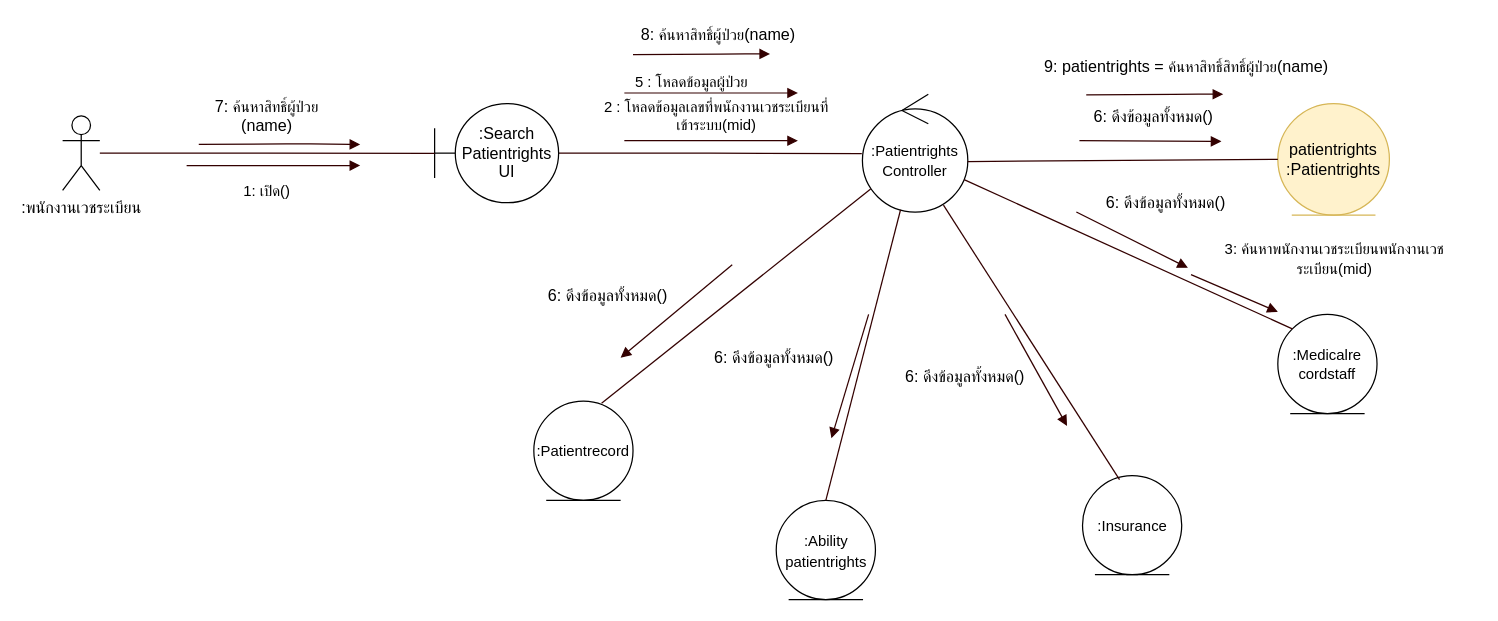
Earlier version of the draw.io diagram page "Communication Diagram" (1 of 5) of draw_io/b6103866-2.drawio (sut63/team10). Source tidied: cells renumbered, new cells numbered last; positions are measured from the earlier drawing's top-left corner, leaving out a move shared by most shapes. Both pictures are drawn from the tidied source at 124%, with x=0, y=0 at pixel (62, 21).
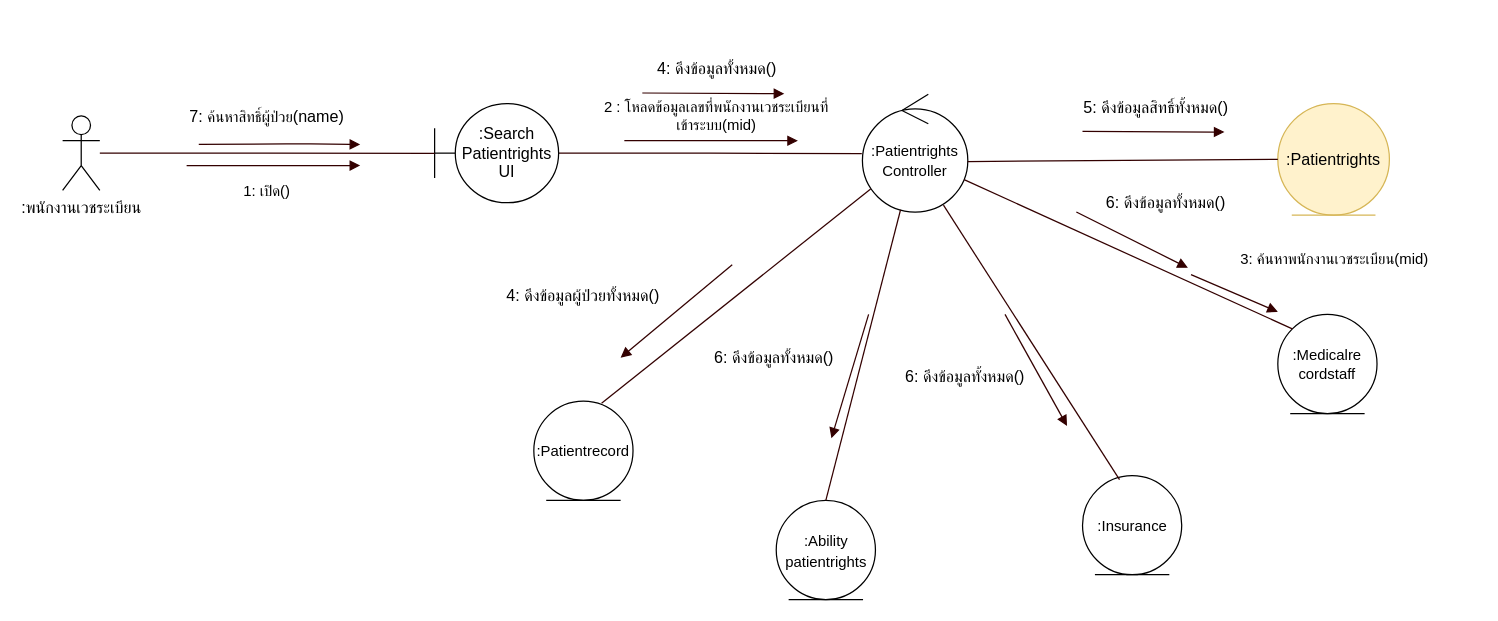
Above is the later version.

Change to the diagram source:
```diff
@@
-    <mxCell id="11" value="patientrights&lt;br style=&quot;font-size: 13px&quot;&gt;:Patientrights" style="ellipse;shape=umlEntity;whiteSpace=wrap;html=1;fillColor=#fff2cc;strokeColor=#d6b656;fontSize=13;" parent="1" vertex="1">
+    <mxCell id="11" value=":Patientrights" style="ellipse;shape=umlEntity;whiteSpace=wrap;html=1;fillColor=#fff2cc;strokeColor=#d6b656;fontSize=13;" parent="1" vertex="1">
       <mxGeometry x="980" y="66" width="90" height="90" as="geometry" />
     </mxCell>
@@
-    <mxCell id="19" style="endArrow=block;html=1;strokeColor=#330000;endFill=1;" parent="1" edge="1">
-      <mxGeometry relative="1" as="geometry">
-        <mxPoint x="453" y="57.5" as="sourcePoint" />
-        <mxPoint x="593" y="57.5" as="targetPoint" />
-      </mxGeometry>
-    </mxCell>
-    <mxCell id="20" value="&lt;font style=&quot;font-size: 12px&quot;&gt;5 : โหลดข้อมูลผู้ป่วย&lt;/font&gt;" style="text;html=1;strokeColor=none;fillColor=none;align=center;verticalAlign=middle;whiteSpace=wrap;rounded=0;" parent="1" vertex="1">
-      <mxGeometry x="410" y="38.5" width="195" height="20" as="geometry" />
-    </mxCell>
@@
     <mxCell id="22" style="endArrow=block;html=1;strokeColor=#330000;endFill=1;" parent="1" edge="1">
       <mxGeometry relative="1" as="geometry">
-        <mxPoint x="820" y="96" as="sourcePoint" />
-        <mxPoint x="934.5" y="96.5" as="targetPoint" />
+        <mxPoint x="467.5" y="57.5" as="sourcePoint" />
+        <mxPoint x="582" y="58" as="targetPoint" />
       </mxGeometry>
     </mxCell>
@@
-    <mxCell id="24" value="8: &lt;font style=&quot;font-size: 12px&quot;&gt;ค้นหาสิทธิ์ผู้ป่วย&lt;/font&gt;(name)" style="text;html=1;strokeColor=none;fillColor=none;align=center;verticalAlign=middle;whiteSpace=wrap;rounded=0;fontSize=13;" parent="1" vertex="1">
-      <mxGeometry x="431.5" width="193.5" height="20" as="geometry" />
-    </mxCell>
@@
-    <mxCell id="28" value="6: ดึงข้อมูลทั้งหมด()" style="text;html=1;strokeColor=none;fillColor=none;align=center;verticalAlign=middle;whiteSpace=wrap;rounded=0;fontSize=13;" parent="1" vertex="1">
-      <mxGeometry x="820" y="66" width="120" height="20" as="geometry" />
+    <mxCell id="28" value="4: ดึงข้อมูลทั้งหมด()" style="text;html=1;strokeColor=none;fillColor=none;align=center;verticalAlign=middle;whiteSpace=wrap;rounded=0;fontSize=13;" parent="1" vertex="1">
+      <mxGeometry x="467.5" y="27.5" width="120" height="20" as="geometry" />
     </mxCell>
-    <mxCell id="29" value="6: ดึงข้อมูลทั้งหมด()" style="text;html=1;strokeColor=none;fillColor=none;align=center;verticalAlign=middle;whiteSpace=wrap;rounded=0;fontSize=13;" parent="1" vertex="1">
-      <mxGeometry x="380" y="211" width="120" height="20" as="geometry" />
+    <mxCell id="29" value="4: ดึงข้อมูลผู้ป่วยทั้งหมด()" style="text;html=1;strokeColor=none;fillColor=none;align=center;verticalAlign=middle;whiteSpace=wrap;rounded=0;fontSize=13;" parent="1" vertex="1">
+      <mxGeometry x="340" y="211" width="160" height="20" as="geometry" />
     </mxCell>
@@
-    <mxCell id="32" value="7:&amp;nbsp;&lt;span style=&quot;font-size: 12px&quot;&gt;ค้นหา&lt;/span&gt;&lt;span style=&quot;font-size: 12px&quot;&gt;สิทธิ์ผู้ป่วย&lt;/span&gt;&lt;span style=&quot;font-size: 12px&quot;&gt;&lt;br&gt;&lt;/span&gt;(name)" style="text;html=1;strokeColor=none;fillColor=none;align=center;verticalAlign=middle;whiteSpace=wrap;rounded=0;fontSize=13;" parent="1" vertex="1">
+    <mxCell id="32" value="7:&amp;nbsp;&lt;span style=&quot;font-size: 12px&quot;&gt;ค้นหา&lt;/span&gt;&lt;span style=&quot;font-size: 12px&quot;&gt;สิทธิ์ผู้ป่วย&lt;/span&gt;(name)" style="text;html=1;strokeColor=none;fillColor=none;align=center;verticalAlign=middle;whiteSpace=wrap;rounded=0;fontSize=13;" parent="1" vertex="1">
       <mxGeometry x="79" y="66" width="172" height="20" as="geometry" />
     </mxCell>
@@
-    <mxCell id="34" style="endArrow=block;html=1;strokeColor=#330000;endFill=1;" parent="1" edge="1">
-      <mxGeometry relative="1" as="geometry">
-        <mxPoint x="460" y="26.5" as="sourcePoint" />
-        <mxPoint x="570.5" y="26" as="targetPoint" />
-        <Array as="points">
-          <mxPoint x="540.5" y="26" />
-        </Array>
-      </mxGeometry>
-    </mxCell>
-    <mxCell id="35" value="9: patientrights&amp;nbsp;=&amp;nbsp;&lt;font style=&quot;font-size: 12px&quot;&gt;ค้นหาสิทธิ์สิทธิ์ผู้ป่วย&lt;/font&gt;(name)" style="text;html=1;strokeColor=none;fillColor=none;align=center;verticalAlign=middle;whiteSpace=wrap;rounded=0;fontSize=13;" parent="1" vertex="1">
-      <mxGeometry x="773.2" y="26" width="266.8" height="20" as="geometry" />
-    </mxCell>
-    <mxCell id="36" style="endArrow=block;html=1;strokeColor=#330000;endFill=1;" parent="1" edge="1">
-      <mxGeometry relative="1" as="geometry">
-        <mxPoint x="825.5" y="59" as="sourcePoint" />
-        <mxPoint x="936" y="58.5" as="targetPoint" />
-        <Array as="points">
-          <mxPoint x="906" y="58.5" />
-        </Array>
-      </mxGeometry>
-    </mxCell>
@@
-    <mxCell id="39" value="&lt;font style=&quot;font-size: 12px&quot;&gt;3: ค้นหาพนักงานเวชระเบียนพนักงานเวชระเบียน(mid)&lt;/font&gt;" style="text;html=1;strokeColor=none;fillColor=none;align=center;verticalAlign=middle;whiteSpace=wrap;rounded=0;fontSize=13;" parent="1" vertex="1">
+    <mxCell id="39" value="&lt;font style=&quot;font-size: 12px&quot;&gt;3: ค้นหาพนักงานเวชระเบียน(mid)&lt;/font&gt;" style="text;html=1;strokeColor=none;fillColor=none;align=center;verticalAlign=middle;whiteSpace=wrap;rounded=0;fontSize=13;" parent="1" vertex="1">
       <mxGeometry x="912" y="181" width="228" height="20" as="geometry" />
     </mxCell>
@@
+    <mxCell id="41" style="endArrow=block;html=1;strokeColor=#330000;endFill=1;" parent="1" edge="1">
+      <mxGeometry relative="1" as="geometry">
+        <mxPoint x="822.5" y="88.5" as="sourcePoint" />
+        <mxPoint x="937" y="89" as="targetPoint" />
+      </mxGeometry>
+    </mxCell>
+    <mxCell id="42" value="5: ดึงข้อมูลสิทธิ์ทั้งหมด()" style="text;html=1;strokeColor=none;fillColor=none;align=center;verticalAlign=middle;whiteSpace=wrap;rounded=0;fontSize=13;" parent="1" vertex="1">
+      <mxGeometry x="812.5" y="58.5" width="137.5" height="20" as="geometry" />
+    </mxCell>
```
